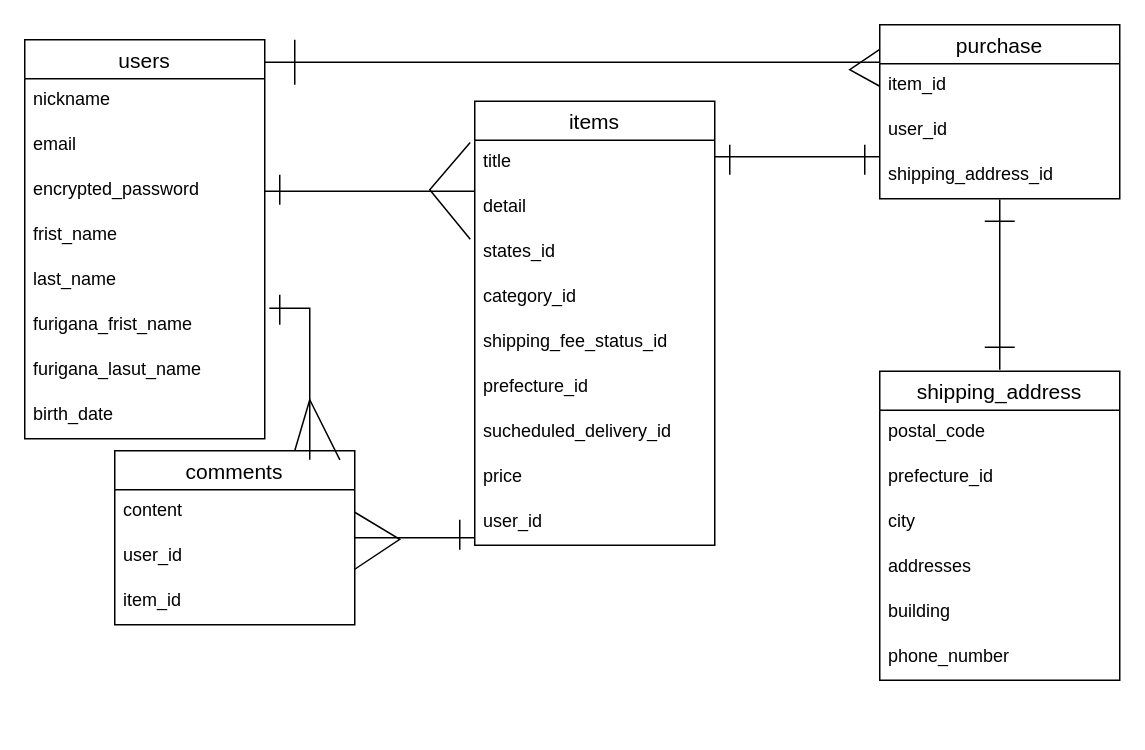
Before: test.dio in kumaboie/furima-41372, a draw.io diagram. Source tidied: cells renumbered, new cells numbered last; positions are measured from the earlier drawing's top-left corner, leaving out a move shared by most shapes. Both pictures are drawn from the tidied source at 150%, with x=0, y=0 at pixel (24, 24).
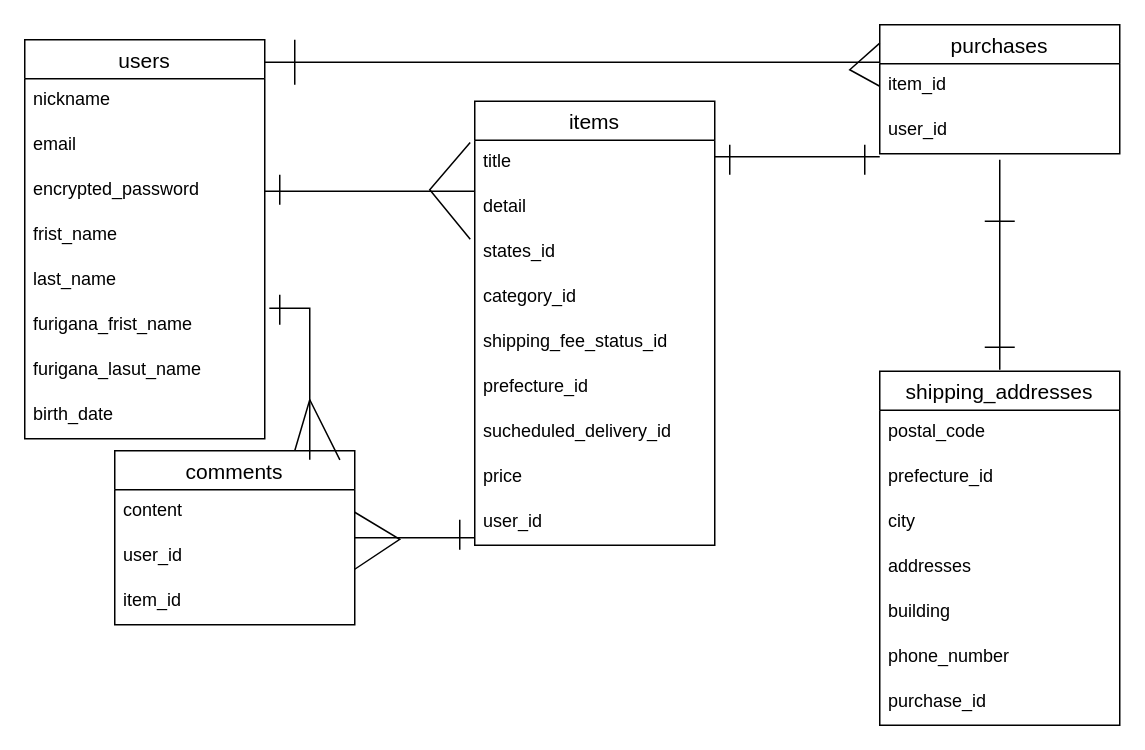
The same page after the edit.

The change refers to these unchanged cells:
```xml
<mxCell id="24" value="user_id" style="text;strokeColor=none;fillColor=none;spacingLeft=4;spacingRight=4;overflow=hidden;points=[[0,0.5],[1,0.5]];portConstraint=eastwest;fontSize=12;" parent="22" vertex="1">
  <mxGeometry y="56" width="160" height="30" as="geometry" />
</mxCell>
```

What changed in the source:
```diff
@@
-    <mxCell id="22" value="purchase" style="swimlane;fontStyle=0;horizontal=1;startSize=26;align=center;fontSize=14;" parent="1" vertex="1">
-      <mxGeometry x="570" width="160" height="116" as="geometry" />
+    <mxCell id="22" value="purchases" style="swimlane;fontStyle=0;horizontal=1;startSize=26;align=center;fontSize=14;" parent="1" vertex="1">
+      <mxGeometry x="570" width="160" height="86" as="geometry" />
     </mxCell>
@@
-    <mxCell id="25" value="shipping_address_id" style="text;strokeColor=none;fillColor=none;spacingLeft=4;spacingRight=4;overflow=hidden;points=[[0,0.5],[1,0.5]];portConstraint=eastwest;fontSize=12;" parent="22" vertex="1">
-      <mxGeometry y="86" width="160" height="30" as="geometry" />
-    </mxCell>
@@
-    <mxCell id="27" value="shipping_address" style="swimlane;fontStyle=0;horizontal=1;startSize=26;align=center;fontSize=14;" parent="1" vertex="1">
-      <mxGeometry x="570" y="231" width="160" height="206" as="geometry" />
+    <mxCell id="27" value="shipping_addresses" style="swimlane;fontStyle=0;horizontal=1;startSize=26;align=center;fontSize=14;" parent="1" vertex="1">
+      <mxGeometry x="570" y="231" width="160" height="236" as="geometry" />
     </mxCell>
@@
+    <mxCell id="54" value="purchase_id" style="text;strokeColor=none;fillColor=none;spacingLeft=4;spacingRight=4;overflow=hidden;fontSize=12;" parent="27" vertex="1">
+      <mxGeometry y="206" width="160" height="30" as="geometry" />
+    </mxCell>
@@
-    <mxCell id="40" style="endArrow=none;html=1;rounded=0;startArrow=none;entryX=0.5;entryY=1.017;entryDx=0;entryDy=0;entryPerimeter=0;" parent="1" edge="1" target="25">
+    <mxCell id="40" style="endArrow=none;html=1;rounded=0;startArrow=none;entryX=0.5;entryY=1.133;entryDx=0;entryDy=0;entryPerimeter=0;" parent="1" edge="1" target="24">
       <mxGeometry relative="1" as="geometry">
         <mxPoint x="650" y="230" as="sourcePoint" />
       </mxGeometry>
     </mxCell>
```
